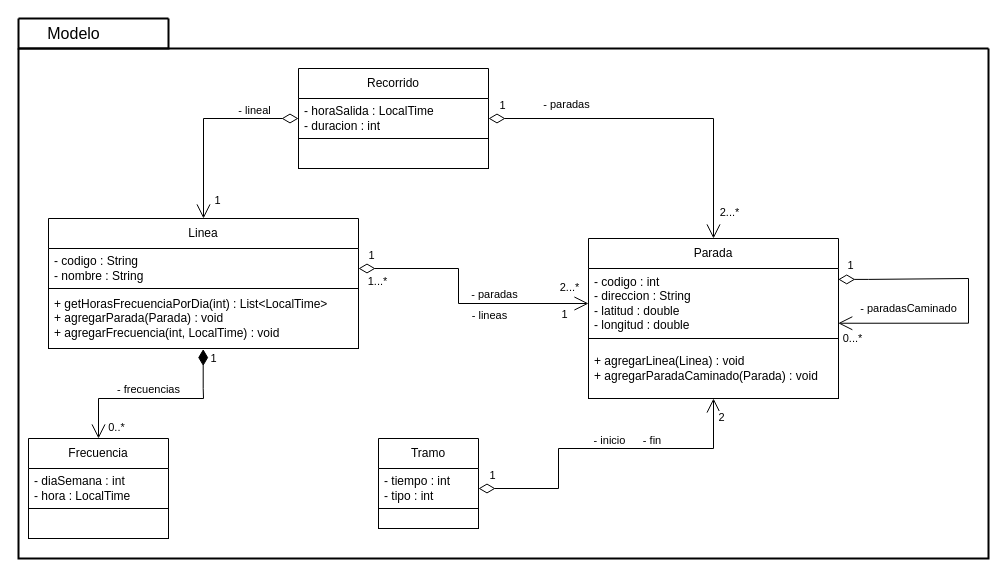
Above: docs/uml/drawio/colectivo.modelo.drawio in AverageZeko/POO-colectivos (draw.io), before the change. Source tidied: cells renumbered, new cells numbered last; positions are measured from the earlier drawing's top-left corner, leaving out a move shared by most shapes. Both pictures are drawn from the tidied source at 100%, with x=0, y=0 at pixel (18, 18).
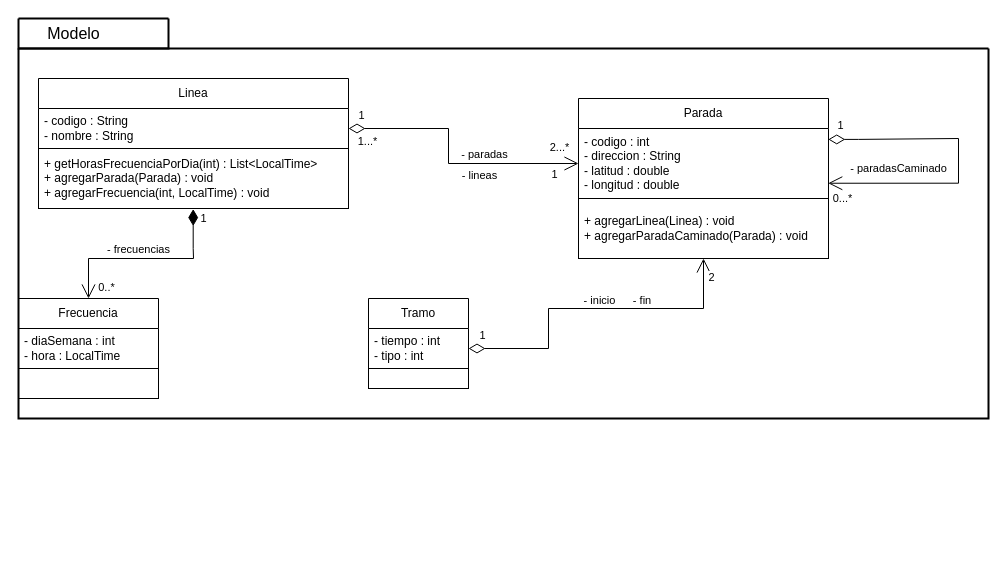
The same diagram, later.

The change refers to these unchanged cells:
```xml
<mxCell id="9" value="&lt;div&gt;- codigo : int&lt;/div&gt;&lt;div&gt;- direccion : String&lt;/div&gt;&lt;div&gt;- latitud : double&lt;/div&gt;&lt;div&gt;- longitud : double&lt;/div&gt;" style="text;strokeColor=none;fillColor=none;align=left;verticalAlign=middle;spacingLeft=4;spacingRight=4;overflow=hidden;points=[[0,0.5],[1,0.5]];portConstraint=eastwest;whiteSpace=wrap;html=1;" parent="8" vertex="1">
  <mxGeometry y="30" width="250" height="70" as="geometry" />
</mxCell>
<mxCell id="10" value="&lt;div&gt;+ agregarLinea(Linea) : void&lt;/div&gt;&lt;div&gt;+ agregarParadaCaminado(Parada) : void&lt;/div&gt;" style="text;strokeColor=default;fillColor=none;align=left;verticalAlign=middle;spacingLeft=4;spacingRight=4;overflow=hidden;points=[[0,0.5],[1,0.5]];portConstraint=eastwest;whiteSpace=wrap;html=1;glass=0;shadow=0;" parent="8" vertex="1">
  <mxGeometry y="100" width="250" height="60" as="geometry" />
</mxCell>
<mxCell id="16" value="&lt;div&gt;- codigo : String&lt;/div&gt;&lt;div&gt;- nombre : String&lt;/div&gt;" style="text;strokeColor=none;fillColor=none;align=left;verticalAlign=middle;spacingLeft=4;spacingRight=4;overflow=hidden;points=[[0,0.5],[1,0.5]];portConstraint=eastwest;whiteSpace=wrap;html=1;" parent="15" vertex="1">
  <mxGeometry y="30" width="310" height="40" as="geometry" />
</mxCell>
<mxCell id="17" value="&lt;div&gt;+ getHorasFrecuenciaPorDia(int) : List&amp;lt;LocalTime&amp;gt;&lt;/div&gt;&lt;div&gt;+ agregarParada(Parada) : void&lt;/div&gt;&lt;div&gt;+ agregarFrecuencia(int, LocalTime) : void&lt;/div&gt;" style="text;strokeColor=default;fillColor=none;align=left;verticalAlign=middle;spacingLeft=4;spacingRight=4;overflow=hidden;points=[[0,0.5],[1,0.5]];portConstraint=eastwest;whiteSpace=wrap;html=1;glass=0;shadow=0;" parent="15" vertex="1">
  <mxGeometry y="70" width="310" height="60" as="geometry" />
</mxCell>
<mxCell id="22" value="&lt;div&gt;- tiempo : int&lt;/div&gt;&lt;div&gt;- tipo : int&lt;/div&gt;" style="text;strokeColor=none;fillColor=none;align=left;verticalAlign=middle;spacingLeft=4;spacingRight=4;overflow=hidden;points=[[0,0.5],[1,0.5]];portConstraint=eastwest;whiteSpace=wrap;html=1;" parent="21" vertex="1">
  <mxGeometry y="30" width="100" height="40" as="geometry" />
</mxCell>
```

Change to the diagram source:
```diff
@@
     <mxCell id="2" style="swimlane;startSize=0;align=center;strokeWidth=2;" parent="1" vertex="1">
-      <mxGeometry y="30" width="970" height="510" as="geometry" />
+      <mxGeometry y="30" width="970" height="370" as="geometry" />
     </mxCell>
-    <mxCell id="3" style="swimlane;startSize=0;strokeWidth=2;" parent="1" vertex="1">
-      <mxGeometry width="150" height="30" as="geometry" />
-    </mxCell>
-    <mxCell id="4" value="Modelo" style="text;html=1;align=center;verticalAlign=middle;strokeColor=none;fillColor=none;fontSize=16;" parent="3" vertex="1">
-      <mxGeometry x="15" width="80" height="30" as="geometry" />
-    </mxCell>
-    <mxCell id="5" value="Recorrido" style="swimlane;fontStyle=0;horizontal=1;startSize=30;whiteSpace=wrap;html=1;fillColor=none;" parent="1" vertex="1">
-      <mxGeometry x="280" y="50" width="190" height="100" as="geometry" />
-    </mxCell>
-    <mxCell id="6" value="&lt;div&gt;- horaSalida : LocalTime&lt;/div&gt;&lt;div&gt;- duracion : int&lt;/div&gt;" style="text;strokeColor=none;fillColor=none;align=left;verticalAlign=middle;spacingLeft=4;spacingRight=4;overflow=hidden;points=[[0,0.5],[1,0.5]];portConstraint=eastwest;whiteSpace=wrap;html=1;" parent="5" vertex="1">
-      <mxGeometry y="30" width="190" height="40" as="geometry" />
-    </mxCell>
-    <mxCell id="7" value="&amp;nbsp;" style="text;strokeColor=default;fillColor=none;align=left;verticalAlign=middle;spacingLeft=4;spacingRight=4;overflow=hidden;whiteSpace=wrap;html=1;glass=0;shadow=0;" parent="5" vertex="1">
-      <mxGeometry y="70" width="190" height="30" as="geometry" />
-    </mxCell>
-    <mxCell id="8" value="Parada" style="swimlane;fontStyle=0;horizontal=1;startSize=30;whiteSpace=wrap;html=1;fillColor=none;" parent="1" vertex="1">
-      <mxGeometry x="570" y="220" width="250" height="160" as="geometry" />
+    <mxCell id="8" value="Parada" style="swimlane;fontStyle=0;horizontal=1;startSize=30;whiteSpace=wrap;html=1;fillColor=none;" parent="2" vertex="1">
+      <mxGeometry x="560" y="50" width="250" height="160" as="geometry" />
     </mxCell>
@@
-    <mxCell id="15" value="Linea" style="swimlane;fontStyle=0;horizontal=1;startSize=30;whiteSpace=wrap;html=1;fillColor=none;" parent="1" vertex="1">
-      <mxGeometry x="30" y="200" width="310" height="130" as="geometry" />
+    <mxCell id="15" value="Linea" style="swimlane;fontStyle=0;horizontal=1;startSize=30;whiteSpace=wrap;html=1;fillColor=none;" parent="2" vertex="1">
+      <mxGeometry x="20" y="30" width="310" height="130" as="geometry" />
     </mxCell>
@@
-    <mxCell id="18" value="Frecuencia" style="swimlane;fontStyle=0;horizontal=1;startSize=30;whiteSpace=wrap;html=1;fillColor=none;" parent="1" vertex="1">
-      <mxGeometry x="10" y="420" width="140" height="100" as="geometry" />
+    <mxCell id="18" value="Frecuencia" style="swimlane;fontStyle=0;horizontal=1;startSize=30;whiteSpace=wrap;html=1;fillColor=none;" parent="2" vertex="1">
+      <mxGeometry y="250" width="140" height="100" as="geometry" />
     </mxCell>
@@
-    <mxCell id="21" value="Tramo" style="swimlane;fontStyle=0;horizontal=1;startSize=30;whiteSpace=wrap;html=1;fillColor=none;" parent="1" vertex="1">
-      <mxGeometry x="360" y="420" width="100" height="90" as="geometry" />
+    <mxCell id="21" value="Tramo" style="swimlane;fontStyle=0;horizontal=1;startSize=30;whiteSpace=wrap;html=1;fillColor=none;" parent="2" vertex="1">
+      <mxGeometry x="350" y="250" width="100" height="90" as="geometry" />
     </mxCell>
@@
-    <mxCell id="24" style="endArrow=open;html=1;endSize=12;startArrow=diamondThin;startSize=14;startFill=0;edgeStyle=orthogonalEdgeStyle;align=left;verticalAlign=bottom;rounded=0;entryX=0.5;entryY=0;entryDx=0;entryDy=0;exitX=0;exitY=0.5;exitDx=0;exitDy=0;" parent="1" edge="1" source="6" target="15">
-      <mxGeometry x="-1" y="3" relative="1" as="geometry" />
-    </mxCell>
-    <mxCell id="25" value="1" style="edgeLabel;html=1;align=center;verticalAlign=middle;" parent="24" vertex="1">
-      <mxGeometry x="0.89" y="5" relative="1" as="geometry">
-        <mxPoint x="8" y="-8" as="offset" />
-      </mxGeometry>
-    </mxCell>
-    <mxCell id="26" value="- lineal" style="edgeLabel;html=1;align=center;verticalAlign=middle;" parent="24" vertex="1">
-      <mxGeometry x="-0.55" y="3" relative="1" as="geometry">
-        <mxPoint x="-1" y="-12" as="offset" />
-      </mxGeometry>
-    </mxCell>
-    <mxCell id="27" style="endArrow=open;html=1;endSize=12;startArrow=diamondThin;startSize=14;startFill=1;align=left;verticalAlign=bottom;rounded=0;edgeStyle=orthogonalEdgeStyle;entryX=0.5;entryY=0;entryDx=0;entryDy=0;exitX=0.499;exitY=1.01;exitDx=0;exitDy=0;exitPerimeter=0;" parent="1" edge="1" source="17" target="18">
+    <mxCell id="27" style="endArrow=open;html=1;endSize=12;startArrow=diamondThin;startSize=14;startFill=1;align=left;verticalAlign=bottom;rounded=0;edgeStyle=orthogonalEdgeStyle;entryX=0.5;entryY=0;entryDx=0;entryDy=0;exitX=0.499;exitY=1.01;exitDx=0;exitDy=0;exitPerimeter=0;" parent="2" edge="1" source="17" target="18">
       <mxGeometry x="-1" y="3" relative="1" as="geometry">
         <Array as="points">
-          <mxPoint x="185" y="370" />
-          <mxPoint x="185" y="380" />
-          <mxPoint x="80" y="380" />
+          <mxPoint x="175" y="200" />
+          <mxPoint x="175" y="210" />
+          <mxPoint x="70" y="210" />
         </Array>
       </mxGeometry>
     </mxCell>
@@
-    <mxCell id="31" style="endArrow=open;html=1;endSize=12;startArrow=diamondThin;startSize=14;startFill=0;edgeStyle=orthogonalEdgeStyle;align=left;verticalAlign=bottom;rounded=0;entryX=0;entryY=0.5;entryDx=0;entryDy=0;exitX=1;exitY=0.5;exitDx=0;exitDy=0;" parent="1" edge="1" source="16" target="9">
+    <mxCell id="31" style="endArrow=open;html=1;endSize=12;startArrow=diamondThin;startSize=14;startFill=0;edgeStyle=orthogonalEdgeStyle;align=left;verticalAlign=bottom;rounded=0;entryX=0;entryY=0.5;entryDx=0;entryDy=0;exitX=1;exitY=0.5;exitDx=0;exitDy=0;" parent="2" edge="1" source="16" target="9">
       <mxGeometry x="-1" y="3" relative="1" as="geometry">
         <Array as="points">
-          <mxPoint x="440" y="250" />
-          <mxPoint x="440" y="285" />
+          <mxPoint x="430" y="80" />
+          <mxPoint x="430" y="115" />
         </Array>
       </mxGeometry>
     </mxCell>
@@
-    <mxCell id="38" style="endArrow=open;html=1;endSize=12;startArrow=diamondThin;startSize=14;startFill=0;edgeStyle=orthogonalEdgeStyle;align=left;verticalAlign=bottom;rounded=0;entryX=0.5;entryY=0;entryDx=0;entryDy=0;exitX=1;exitY=0.5;exitDx=0;exitDy=0;" parent="1" edge="1" source="5" target="8">
-      <mxGeometry x="-1" y="3" relative="1" as="geometry" />
-    </mxCell>
-    <mxCell id="39" value="2...*" style="edgeLabel;html=1;align=center;verticalAlign=middle;" parent="38" vertex="1">
-      <mxGeometry x="0.89" y="5" relative="1" as="geometry">
-        <mxPoint x="10" y="-8" as="offset" />
-      </mxGeometry>
-    </mxCell>
-    <mxCell id="40" value="- paradas" style="edgeLabel;html=1;align=center;verticalAlign=middle;" parent="38" vertex="1">
-      <mxGeometry x="-0.55" y="3" relative="1" as="geometry">
-        <mxPoint x="-1" y="-12" as="offset" />
-      </mxGeometry>
-    </mxCell>
-    <mxCell id="41" value="1" style="edgeLabel;html=1;align=center;verticalAlign=middle;" parent="38" vertex="1">
-      <mxGeometry x="-0.95" y="4" relative="1" as="geometry">
-        <mxPoint x="4" y="-10" as="offset" />
-      </mxGeometry>
-    </mxCell>
-    <mxCell id="42" style="endArrow=open;html=1;endSize=12;startArrow=diamondThin;startSize=14;startFill=0;edgeStyle=orthogonalEdgeStyle;align=left;verticalAlign=bottom;rounded=0;exitX=1;exitY=0.5;exitDx=0;exitDy=0;" parent="1" edge="1" source="22" target="10">
+    <mxCell id="42" style="endArrow=open;html=1;endSize=12;startArrow=diamondThin;startSize=14;startFill=0;edgeStyle=orthogonalEdgeStyle;align=left;verticalAlign=bottom;rounded=0;exitX=1;exitY=0.5;exitDx=0;exitDy=0;" parent="2" edge="1" source="22" target="10">
       <mxGeometry x="-1" y="3" relative="1" as="geometry">
         <Array as="points">
-          <mxPoint x="540" y="470" />
-          <mxPoint x="540" y="430" />
-          <mxPoint x="695" y="430" />
+          <mxPoint x="530" y="300" />
+          <mxPoint x="530" y="260" />
+          <mxPoint x="685" y="260" />
         </Array>
       </mxGeometry>
     </mxCell>
@@
+    <mxCell id="3" style="swimlane;startSize=0;strokeWidth=2;" parent="1" vertex="1">
+      <mxGeometry width="150" height="30" as="geometry" />
+    </mxCell>
+    <mxCell id="4" value="Modelo" style="text;html=1;align=center;verticalAlign=middle;strokeColor=none;fillColor=none;fontSize=16;" parent="3" vertex="1">
+      <mxGeometry x="15" width="80" height="30" as="geometry" />
+    </mxCell>
```
